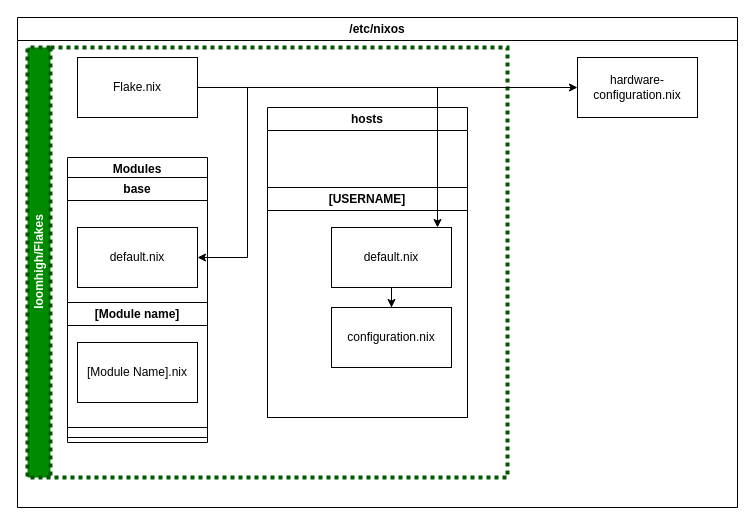
The draw.io diagram workflow.drawio in loomhigh/Flakes, before the edit. Source tidied: cells renumbered, new cells numbered last; positions are measured from the earlier drawing's top-left corner, leaving out a move shared by most shapes. Both pictures are drawn from the tidied source at 100%, with x=0, y=0 at pixel (17, 17).
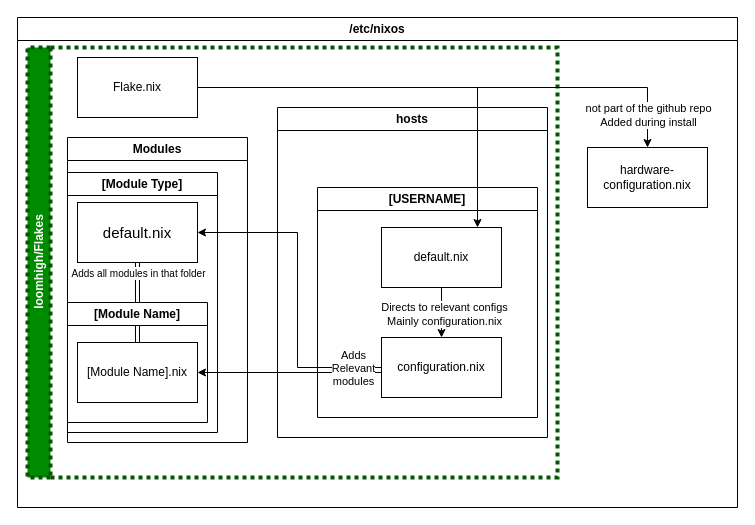
The same diagram, later.

Commit message (it also covers changes not shown here):
adding dev modules and some fonts

The change refers to these unchanged cells:
```xml
<mxCell id="2" value="/etc/nixos" style="swimlane;whiteSpace=wrap;html=1;" parent="1" vertex="1">
  <mxGeometry width="720" height="490" as="geometry" />
</mxCell>
<mxCell id="5" value="Flake.nix" style="rounded=0;whiteSpace=wrap;html=1;" parent="3" vertex="1">
  <mxGeometry x="50" y="10" width="120" height="60" as="geometry" />
</mxCell>
<mxCell id="9" value="default.nix" style="rounded=0;whiteSpace=wrap;html=1;" parent="7" vertex="1">
  <mxGeometry x="64" y="40" width="120" height="60" as="geometry" />
</mxCell>
<mxCell id="10" style="edgeStyle=orthogonalEdgeStyle;rounded=0;jettySize=auto;html=1;entryX=0.5;entryY=0;entryDx=0;entryDy=0;" parent="7" edge="1" source="9" target="8">
  <mxGeometry relative="1" as="geometry" />
</mxCell>
<mxCell id="16" value="[Module Name].nix" style="rounded=0;whiteSpace=wrap;html=1;" parent="15" vertex="1">
  <mxGeometry x="10" y="40" width="120" height="60" as="geometry" />
</mxCell>
```

What changed in the source:
```diff
@@
     <mxCell id="3" value="loomhigh/Flakes" style="swimlane;horizontal=0;whiteSpace=wrap;html=1;fillColor=#008a00;fontColor=#ffffff;strokeColor=#005700;startSize=23;dashed=1;dashPattern=1 1;strokeWidth=4;" parent="2" vertex="1">
-      <mxGeometry x="10" y="30" width="480" height="430" as="geometry" />
+      <mxGeometry x="10" y="30" width="530" height="430" as="geometry" />
     </mxCell>
-    <mxCell id="4" style="edgeStyle=orthogonalEdgeStyle;rounded=0;jettySize=auto;html=1;entryX=1;entryY=0.5;entryDx=0;entryDy=0;" parent="3" edge="1" target="14">
+    <mxCell id="4" style="edgeStyle=orthogonalEdgeStyle;rounded=0;jettySize=auto;html=1;entryX=1;entryY=0.5;entryDx=0;entryDy=0;exitX=0;exitY=0.5;exitDx=0;exitDy=0;" parent="3" edge="1" source="8" target="14">
       <mxGeometry relative="1" as="geometry">
-        <mxPoint x="170" y="40" as="sourcePoint" />
         <Array as="points">
-          <mxPoint x="220" y="40" />
-          <mxPoint x="220" y="210" />
+          <mxPoint x="270" y="320" />
+          <mxPoint x="270" y="185" />
         </Array>
       </mxGeometry>
     </mxCell>
@@
     <mxCell id="6" value="hosts" style="swimlane;whiteSpace=wrap;html=1;" parent="3" vertex="1">
-      <mxGeometry x="240" y="60" width="200" height="310" as="geometry" />
+      <mxGeometry x="250" y="60" width="270" height="330" as="geometry" />
     </mxCell>
     <mxCell id="7" value="[USERNAME]" style="swimlane;whiteSpace=wrap;html=1;" parent="6" vertex="1">
-      <mxGeometry y="80" width="200" height="230" as="geometry" />
+      <mxGeometry x="40" y="80" width="220" height="230" as="geometry" />
     </mxCell>
     <mxCell id="8" value="configuration.nix" style="rounded=0;whiteSpace=wrap;html=1;" parent="7" vertex="1">
-      <mxGeometry x="64" y="120" width="120" height="60" as="geometry" />
+      <mxGeometry x="64" y="150" width="120" height="60" as="geometry" />
     </mxCell>
@@
+    <mxCell id="19" value="Directs to relevant configs&lt;br&gt;Mainly configuration.nix" style="edgeLabel;html=1;align=center;verticalAlign=middle;" parent="10" vertex="1">
+      <mxGeometry x="0.03" y="2" relative="1" as="geometry" />
+    </mxCell>
     <mxCell id="11" style="edgeStyle=orthogonalEdgeStyle;rounded=0;jettySize=auto;html=1;" parent="3" edge="1" source="5" target="9">
       <mxGeometry relative="1" as="geometry">
         <Array as="points">
-          <mxPoint x="410" y="40" />
+          <mxPoint x="450" y="40" />
         </Array>
       </mxGeometry>
     </mxCell>
     <mxCell id="12" value="Modules" style="swimlane;whiteSpace=wrap;html=1;" parent="3" vertex="1">
-      <mxGeometry x="40" y="110" width="140" height="285" as="geometry" />
+      <mxGeometry x="40" y="90" width="180" height="305" as="geometry" />
     </mxCell>
-    <mxCell id="13" value="base" style="swimlane;whiteSpace=wrap;html=1;" parent="12" vertex="1">
-      <mxGeometry y="20" width="140" height="260" as="geometry" />
+    <mxCell id="13" value="[Module Type]" style="swimlane;whiteSpace=wrap;html=1;" parent="12" vertex="1">
+      <mxGeometry y="35" width="150" height="260" as="geometry" />
     </mxCell>
+    <mxCell id="20" style="edgeStyle=orthogonalEdgeStyle;rounded=0;jettySize=auto;html=1;shape=link;entryX=0.5;entryY=0;entryDx=0;entryDy=0;" parent="13" edge="1" source="14" target="16">
+      <mxGeometry relative="1" as="geometry" />
+    </mxCell>
+    <mxCell id="21" value="&lt;font style=&quot;font-size: 10px;&quot;&gt;Adds all modules in that folder&lt;/font&gt;" style="edgeLabel;html=1;align=center;verticalAlign=middle;" parent="20" vertex="1">
+      <mxGeometry x="-0.03" y="-1" relative="1" as="geometry">
+        <mxPoint x="1" y="-29" as="offset" />
+      </mxGeometry>
+    </mxCell>
-    <mxCell id="14" value="default.nix" style="rounded=0;whiteSpace=wrap;html=1;" parent="13" vertex="1">
-      <mxGeometry x="10" y="50" width="120" height="60" as="geometry" />
+    <mxCell id="14" value="default.nix" style="rounded=0;whiteSpace=wrap;html=1;fontSize=15;" parent="13" vertex="1">
+      <mxGeometry x="10" y="30" width="120" height="60" as="geometry" />
     </mxCell>
-    <mxCell id="15" value="[Module name]" style="swimlane;whiteSpace=wrap;html=1;" parent="13" vertex="1">
-      <mxGeometry y="125" width="140" height="125" as="geometry" />
+    <mxCell id="15" value="[Module Name]" style="swimlane;whiteSpace=wrap;html=1;" parent="13" vertex="1">
+      <mxGeometry y="130" width="140" height="120" as="geometry" />
     </mxCell>
@@
+    <mxCell id="22" style="edgeStyle=orthogonalEdgeStyle;rounded=0;jettySize=auto;html=1;entryX=1;entryY=0.5;entryDx=0;entryDy=0;" parent="3" edge="1" source="8" target="16">
+      <mxGeometry relative="1" as="geometry">
+        <Array as="points">
+          <mxPoint x="310" y="325" />
+          <mxPoint x="310" y="325" />
+        </Array>
+      </mxGeometry>
+    </mxCell>
+    <mxCell id="23" value="Adds&lt;br&gt;Relevant&lt;br&gt;modules" style="edgeLabel;html=1;align=center;verticalAlign=middle;" parent="22" vertex="1">
+      <mxGeometry x="-0.61" y="2" relative="1" as="geometry">
+        <mxPoint x="7" y="-7" as="offset" />
+      </mxGeometry>
+    </mxCell>
     <mxCell id="17" value="hardware-configuration.nix" style="rounded=0;whiteSpace=wrap;html=1;" parent="2" vertex="1">
-      <mxGeometry x="560" y="40" width="120" height="60" as="geometry" />
+      <mxGeometry x="570" y="130" width="120" height="60" as="geometry" />
     </mxCell>
-    <mxCell id="18" style="edgeStyle=orthogonalEdgeStyle;rounded=0;jettySize=auto;html=1;entryX=0;entryY=0.5;entryDx=0;entryDy=0;" parent="2" edge="1" source="5" target="17">
-      <mxGeometry relative="1" as="geometry" />
+    <mxCell id="18" style="edgeStyle=orthogonalEdgeStyle;rounded=0;jettySize=auto;html=1;entryX=0.5;entryY=0;entryDx=0;entryDy=0;" parent="2" edge="1" source="5" target="17">
+      <mxGeometry relative="1" as="geometry">
+        <Array as="points">
+          <mxPoint x="630" y="70" />
+        </Array>
+      </mxGeometry>
     </mxCell>
+    <mxCell id="24" value="not part of the github repo&lt;br&gt;Added during install" style="edgeLabel;html=1;align=center;verticalAlign=middle;" parent="18" vertex="1">
+      <mxGeometry x="0.87" relative="1" as="geometry" />
+    </mxCell>
```
